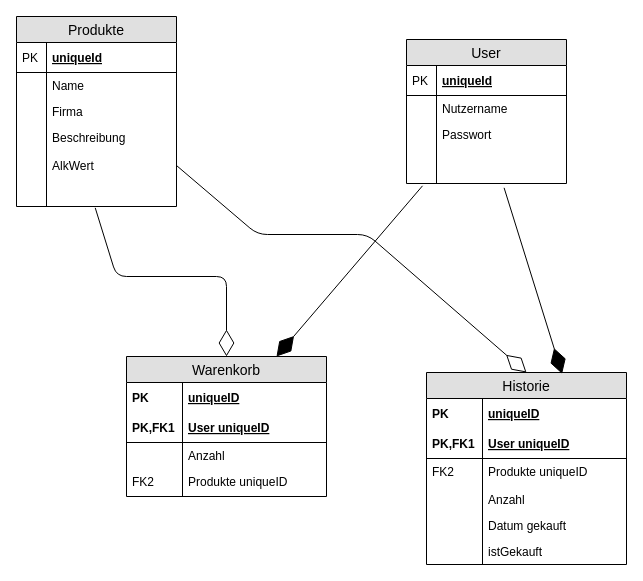
This is Planung/Datenbank.drawio from Lubims/partyplaner.lubims, a draw.io file, before an edit. Source tidied: cells renumbered, new cells numbered last; positions are measured from the earlier drawing's top-left corner, leaving out a move shared by most shapes. Both pictures are drawn from the tidied source at 100%, with x=0, y=0 at pixel (16, 16).
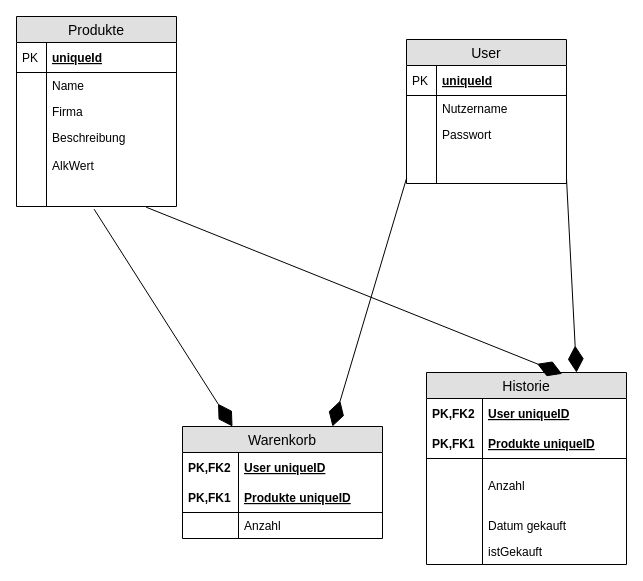
The same page after the edit.

The change refers to these unchanged cells:
```xml
<mxCell id="11" style="shape=partialRectangle;top=0;left=0;right=0;bottom=0;align=left;verticalAlign=top;fillColor=none;spacingLeft=34;spacingRight=4;overflow=hidden;points=[[0,0.5],[1,0.5]];portConstraint=eastwest;fontSize=12;" parent="2" vertex="1">
  <mxGeometry y="134" width="160" height="56" as="geometry" />
</mxCell>
<mxCell id="22" style="shape=partialRectangle;top=0;left=0;right=0;bottom=0;align=left;verticalAlign=top;fillColor=none;spacingLeft=34;spacingRight=4;overflow=hidden;points=[[0,0.5],[1,0.5]];portConstraint=eastwest;fontSize=12;" parent="13" vertex="1">
  <mxGeometry y="134" width="160" height="10" as="geometry" />
</mxCell>
<mxCell id="33" value="AlkWert" style="shape=partialRectangle;top=0;left=0;right=0;bottom=0;align=left;verticalAlign=top;fillColor=none;spacingLeft=34;spacingRight=4;overflow=hidden;points=[[0,0.5],[1,0.5]];portConstraint=eastwest;fontSize=12;" parent="1" vertex="1">
  <mxGeometry y="136" width="160" height="26" as="geometry" />
</mxCell>
<mxCell id="35" value="Historie" style="swimlane;fontStyle=0;horizontal=1;startSize=26;fillColor=#e0e0e0;swimlaneFillColor=#ffffff;align=center;fontSize=14;" parent="1" vertex="1">
  <mxGeometry x="410" y="356" width="200" height="192" as="geometry" />
</mxCell>
```

What changed in the source:
```diff
@@
     <mxCell id="24" value="Warenkorb" style="swimlane;fontStyle=0;horizontal=1;startSize=26;fillColor=#e0e0e0;swimlaneFillColor=#ffffff;align=center;fontSize=14;" parent="1" vertex="1">
-      <mxGeometry x="110" y="340" width="200" height="140" as="geometry" />
+      <mxGeometry x="166" y="410" width="200" height="112" as="geometry" />
     </mxCell>
-    <mxCell id="25" value="uniqueID" style="shape=partialRectangle;top=0;left=0;right=0;bottom=0;align=left;verticalAlign=middle;fillColor=none;spacingLeft=60;spacingRight=4;overflow=hidden;fontStyle=5;fontSize=12;" parent="24" vertex="1">
+    <mxCell id="25" value="User uniqueID" style="shape=partialRectangle;top=0;left=0;right=0;bottom=0;align=left;verticalAlign=middle;fillColor=none;spacingLeft=60;spacingRight=4;overflow=hidden;fontStyle=5;fontSize=12;" parent="24" vertex="1">
       <mxGeometry y="26" width="200" height="30" as="geometry" />
     </mxCell>
-    <mxCell id="26" value="PK" style="shape=partialRectangle;fontStyle=1;top=0;left=0;bottom=0;fillColor=none;align=left;verticalAlign=middle;spacingLeft=4;spacingRight=4;overflow=hidden;fontSize=12;" parent="25" vertex="1">
+    <mxCell id="26" value="PK,FK2" style="shape=partialRectangle;fontStyle=1;top=0;left=0;bottom=0;fillColor=none;align=left;verticalAlign=middle;spacingLeft=4;spacingRight=4;overflow=hidden;fontSize=12;" parent="25" vertex="1">
       <mxGeometry width="56" height="30" as="geometry" />
     </mxCell>
-    <mxCell id="27" value="User uniqueID" style="shape=partialRectangle;top=0;left=0;right=0;bottom=1;align=left;verticalAlign=middle;fillColor=none;spacingLeft=60;spacingRight=4;overflow=hidden;fontStyle=5;fontSize=12;" parent="24" vertex="1">
+    <mxCell id="27" value="Produkte uniqueID" style="shape=partialRectangle;top=0;left=0;right=0;bottom=1;align=left;verticalAlign=middle;fillColor=none;spacingLeft=60;spacingRight=4;overflow=hidden;fontStyle=5;fontSize=12;" parent="24" vertex="1">
       <mxGeometry y="56" width="200" height="30" as="geometry" />
     </mxCell>
@@
-    <mxCell id="31" value="Produkte uniqueID" style="shape=partialRectangle;top=0;left=0;right=0;bottom=0;align=left;verticalAlign=top;fillColor=none;spacingLeft=60;spacingRight=4;overflow=hidden;fontSize=12;" parent="24" vertex="1">
-      <mxGeometry y="112" width="200" height="28" as="geometry" />
-    </mxCell>
-    <mxCell id="32" value="FK2" style="shape=partialRectangle;top=0;left=0;bottom=0;fillColor=none;align=left;verticalAlign=top;spacingLeft=4;spacingRight=4;overflow=hidden;fontSize=12;" parent="31" vertex="1">
-      <mxGeometry width="56" height="28" as="geometry" />
-    </mxCell>
@@
-    <mxCell id="36" value="uniqueID" style="shape=partialRectangle;top=0;left=0;right=0;bottom=0;align=left;verticalAlign=middle;fillColor=none;spacingLeft=60;spacingRight=4;overflow=hidden;fontStyle=5;fontSize=12;" parent="35" vertex="1">
+    <mxCell id="36" value="User uniqueID" style="shape=partialRectangle;top=0;left=0;right=0;bottom=0;align=left;verticalAlign=middle;fillColor=none;spacingLeft=60;spacingRight=4;overflow=hidden;fontStyle=5;fontSize=12;" parent="35" vertex="1">
       <mxGeometry y="26" width="200" height="30" as="geometry" />
     </mxCell>
-    <mxCell id="37" value="PK" style="shape=partialRectangle;fontStyle=1;top=0;left=0;bottom=0;fillColor=none;align=left;verticalAlign=middle;spacingLeft=4;spacingRight=4;overflow=hidden;fontSize=12;" parent="36" vertex="1">
+    <mxCell id="37" value="PK,FK2" style="shape=partialRectangle;fontStyle=1;top=0;left=0;bottom=0;fillColor=none;align=left;verticalAlign=middle;spacingLeft=4;spacingRight=4;overflow=hidden;fontSize=12;" parent="36" vertex="1">
       <mxGeometry width="56" height="30" as="geometry" />
     </mxCell>
-    <mxCell id="38" value="User uniqueID" style="shape=partialRectangle;top=0;left=0;right=0;bottom=1;align=left;verticalAlign=middle;fillColor=none;spacingLeft=60;spacingRight=4;overflow=hidden;fontStyle=5;fontSize=12;" parent="35" vertex="1">
+    <mxCell id="38" value="Produkte uniqueID" style="shape=partialRectangle;top=0;left=0;right=0;bottom=1;align=left;verticalAlign=middle;fillColor=none;spacingLeft=60;spacingRight=4;overflow=hidden;fontStyle=5;fontSize=12;" parent="35" vertex="1">
       <mxGeometry y="56" width="200" height="30" as="geometry" />
     </mxCell>
@@
-    <mxCell id="40" value="Produkte uniqueID&#10;&#10;Anzahl&#10;" style="shape=partialRectangle;top=0;left=0;right=0;bottom=0;align=left;verticalAlign=top;fillColor=none;spacingLeft=60;spacingRight=4;overflow=hidden;fontSize=12;" parent="35" vertex="1">
+    <mxCell id="40" value="&#10;Anzahl&#10;" style="shape=partialRectangle;top=0;left=0;right=0;bottom=0;align=left;verticalAlign=top;fillColor=none;spacingLeft=60;spacingRight=4;overflow=hidden;fontSize=12;" parent="35" vertex="1">
       <mxGeometry y="86" width="200" height="54" as="geometry" />
     </mxCell>
-    <mxCell id="41" value="FK2" style="shape=partialRectangle;top=0;left=0;bottom=0;fillColor=none;align=left;verticalAlign=top;spacingLeft=4;spacingRight=4;overflow=hidden;fontSize=12;" parent="40" vertex="1">
+    <mxCell id="41" style="shape=partialRectangle;top=0;left=0;bottom=0;fillColor=none;align=left;verticalAlign=top;spacingLeft=4;spacingRight=4;overflow=hidden;fontSize=12;" parent="40" vertex="1">
       <mxGeometry width="56" height="54" as="geometry" />
     </mxCell>
@@
+    <mxCell id="49" style="endArrow=diamondThin;endFill=1;endSize=24;html=1;entryX=0.678;entryY=0.007;entryDx=0;entryDy=0;exitX=0.81;exitY=1.012;exitDx=0;exitDy=0;exitPerimeter=0;entryPerimeter=0;" parent="1" edge="1" source="11" target="35">
+      <mxGeometry relative="1" as="geometry" />
+    </mxCell>
-    <mxCell id="46" style="endArrow=diamondThin;endFill=0;endSize=24;html=1;exitX=0.492;exitY=1.024;exitDx=0;exitDy=0;exitPerimeter=0;entryX=0.5;entryY=0;entryDx=0;entryDy=0;" parent="1" edge="1" source="11" target="24">
-      <mxGeometry relative="1" as="geometry">
-        <Array as="points">
-          <mxPoint x="100" y="260" />
-          <mxPoint x="210" y="260" />
-        </Array>
-      </mxGeometry>
+    <mxCell id="46" style="endArrow=diamondThin;endFill=1;endSize=24;html=1;entryX=0.25;entryY=0;entryDx=0;entryDy=0;exitX=0.485;exitY=1.048;exitDx=0;exitDy=0;exitPerimeter=0;" parent="1" edge="1" source="11" target="24">
+      <mxGeometry relative="1" as="geometry" />
     </mxCell>
-    <mxCell id="47" style="endArrow=diamondThin;endFill=0;endSize=24;html=1;exitX=1;exitY=0.5;exitDx=0;exitDy=0;entryX=0.5;entryY=0;entryDx=0;entryDy=0;" parent="1" edge="1" source="33" target="35">
-      <mxGeometry relative="1" as="geometry">
-        <Array as="points">
-          <mxPoint x="241" y="218" />
-          <mxPoint x="351" y="218" />
-        </Array>
-      </mxGeometry>
-    </mxCell>
+    <mxCell id="50" style="endArrow=diamondThin;endFill=1;endSize=24;html=1;entryX=0.75;entryY=0;entryDx=0;entryDy=0;exitX=1;exitY=0.5;exitDx=0;exitDy=0;" parent="1" edge="1" source="22" target="35">
+      <mxGeometry relative="1" as="geometry" />
+    </mxCell>
-    <mxCell id="48" style="endArrow=diamondThin;endFill=1;endSize=24;html=1;entryX=0.75;entryY=0;entryDx=0;entryDy=0;exitX=0.1;exitY=1.233;exitDx=0;exitDy=0;exitPerimeter=0;" parent="1" edge="1" source="22" target="24">
+    <mxCell id="48" style="endArrow=diamondThin;endFill=1;endSize=24;html=1;entryX=0.75;entryY=0;entryDx=0;entryDy=0;exitX=0;exitY=0.5;exitDx=0;exitDy=0;" parent="1" edge="1" source="22" target="24">
       <mxGeometry relative="1" as="geometry" />
     </mxCell>
-    <mxCell id="49" style="endArrow=diamondThin;endFill=1;endSize=24;html=1;entryX=0.678;entryY=0.007;entryDx=0;entryDy=0;exitX=0.61;exitY=1.433;exitDx=0;exitDy=0;exitPerimeter=0;entryPerimeter=0;" parent="1" edge="1" source="22" target="35">
-      <mxGeometry relative="1" as="geometry" />
-    </mxCell>
```
